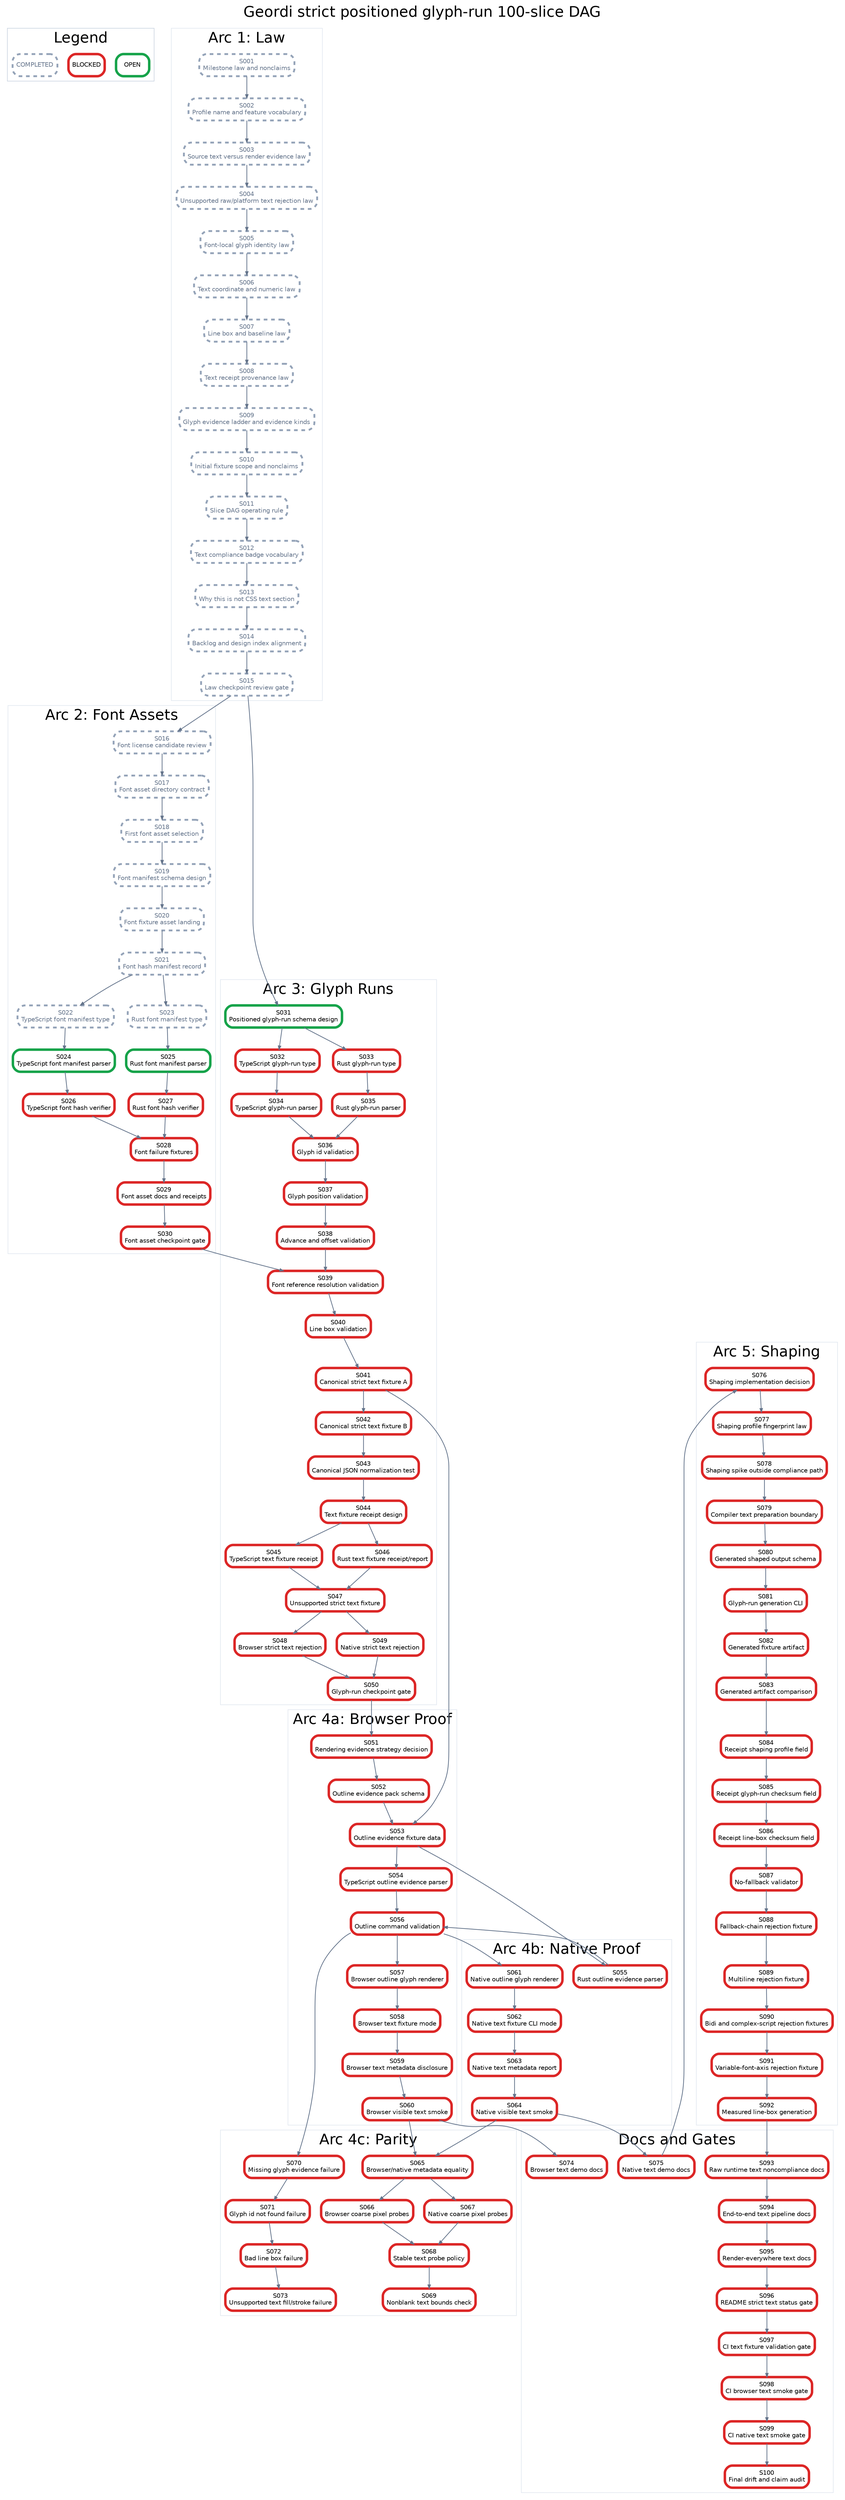
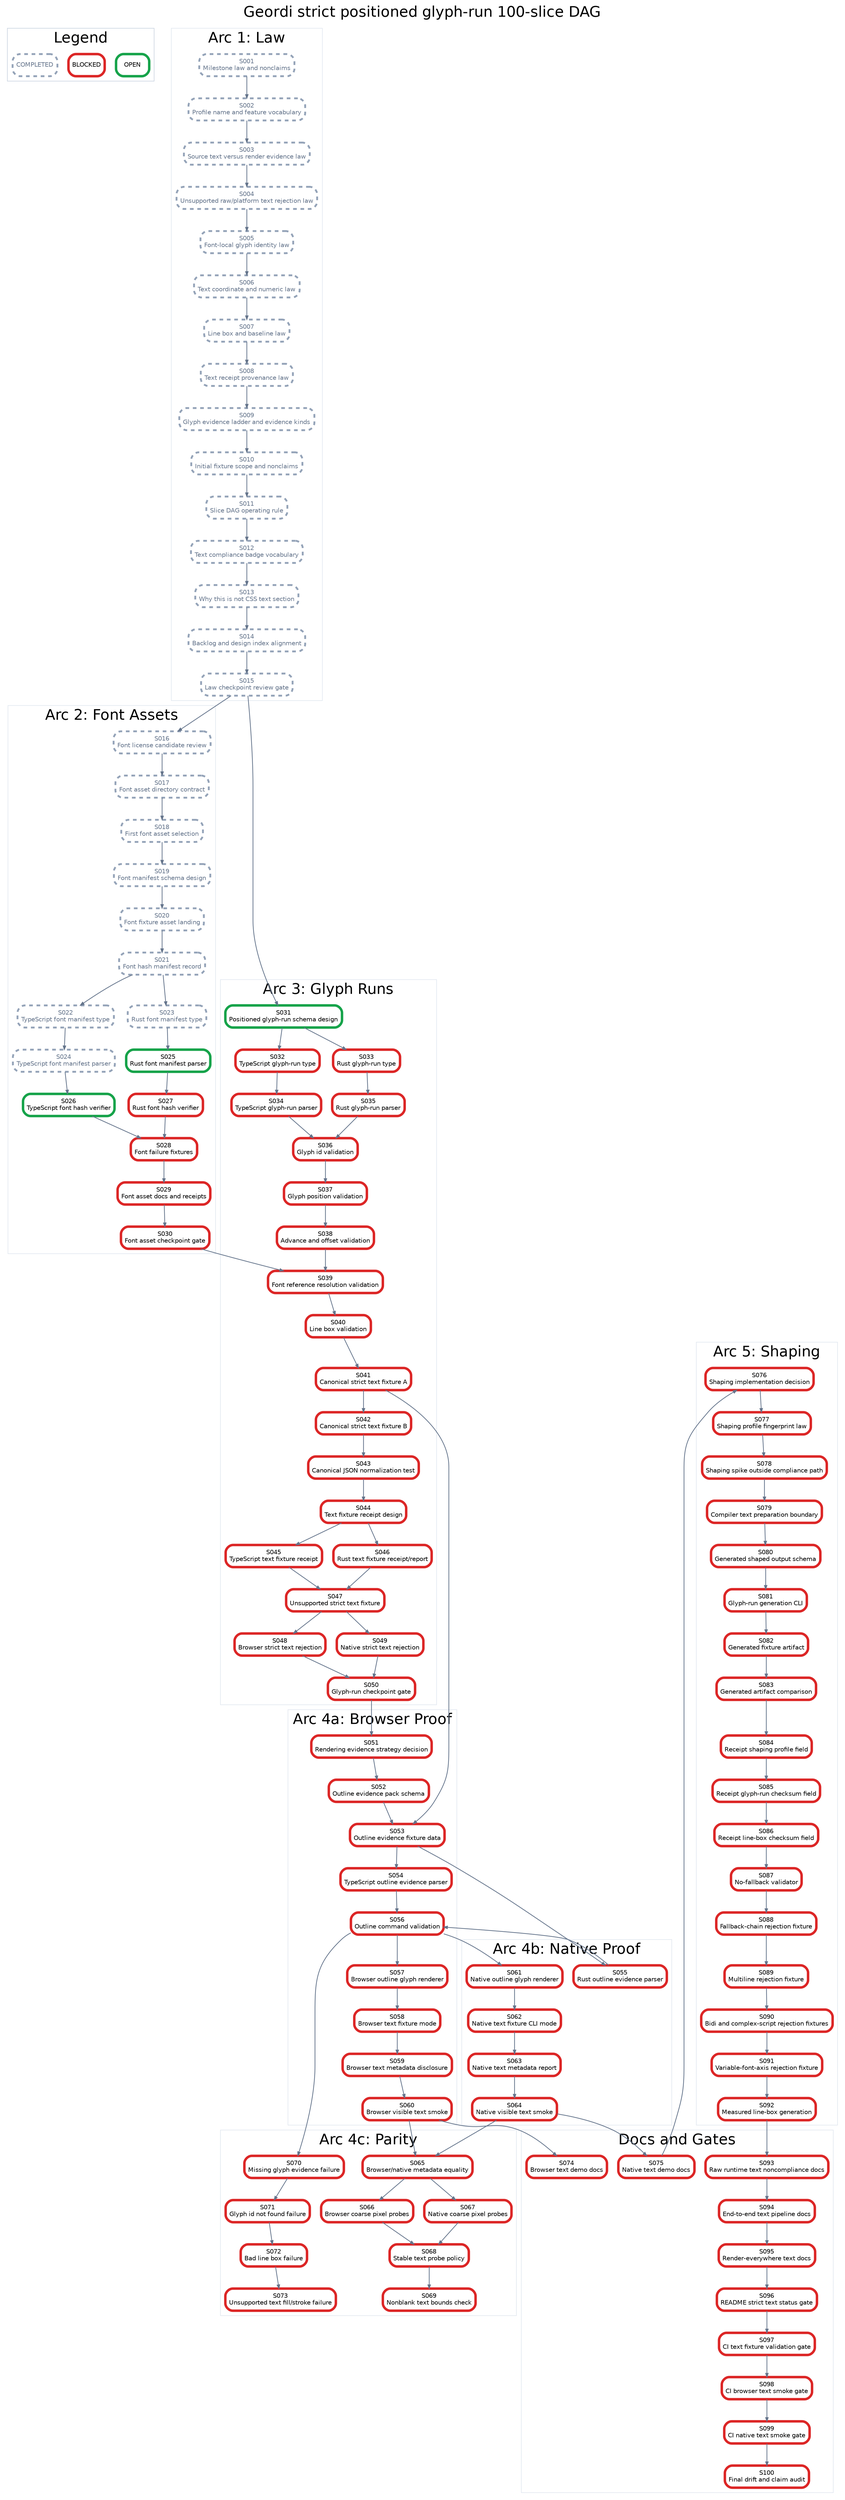
digraph StrictPositionedGlyphRunPlan {
  graph [rankdir=TB, bgcolor="white", fontname="Helvetica", label="Geordi strict positioned glyph-run 100-slice DAG", labelloc="t", fontsize=24];
  node [shape=box, style="rounded,filled", fillcolor="white", fontname="Helvetica", fontsize=10, margin="0.08,0.05"];
  edge [color="#64748b", arrowsize=0.6, penwidth=1.2];

  subgraph cluster_legend {
    label="Legend";
    color="#cbd5e1";
    legend_open [label="OPEN", color="#16a34a", penwidth=4];
    legend_blocked [label="BLOCKED", color="#dc2626", penwidth=4];
    legend_done [label="COMPLETED", color="#94a3b8", penwidth=3, style="rounded,filled,dashed", fontcolor="#64748b"];
  }

  subgraph cluster_law {
    label="Arc 1: Law";
    color="#e2e8f0";
    S001 [label="S001\nMilestone law and nonclaims", color="#94a3b8", penwidth=3, style="rounded,filled,dashed", fontcolor="#64748b"];
    S002 [label="S002\nProfile name and feature vocabulary", color="#94a3b8", penwidth=3, style="rounded,filled,dashed", fontcolor="#64748b"];
    S003 [label="S003\nSource text versus render evidence law", color="#94a3b8", penwidth=3, style="rounded,filled,dashed", fontcolor="#64748b"];
    S004 [label="S004\nUnsupported raw/platform text rejection law", color="#94a3b8", penwidth=3, style="rounded,filled,dashed", fontcolor="#64748b"];
    S005 [label="S005\nFont-local glyph identity law", color="#94a3b8", penwidth=3, style="rounded,filled,dashed", fontcolor="#64748b"];
    S006 [label="S006\nText coordinate and numeric law", color="#94a3b8", penwidth=3, style="rounded,filled,dashed", fontcolor="#64748b"];
    S007 [label="S007\nLine box and baseline law", color="#94a3b8", penwidth=3, style="rounded,filled,dashed", fontcolor="#64748b"];
    S008 [label="S008\nText receipt provenance law", color="#94a3b8", penwidth=3, style="rounded,filled,dashed", fontcolor="#64748b"];
    S009 [label="S009\nGlyph evidence ladder and evidence kinds", color="#94a3b8", penwidth=3, style="rounded,filled,dashed", fontcolor="#64748b"];
    S010 [label="S010\nInitial fixture scope and nonclaims", color="#94a3b8", penwidth=3, style="rounded,filled,dashed", fontcolor="#64748b"];
    S011 [label="S011\nSlice DAG operating rule", color="#94a3b8", penwidth=3, style="rounded,filled,dashed", fontcolor="#64748b"];
    S012 [label="S012\nText compliance badge vocabulary", color="#94a3b8", penwidth=3, style="rounded,filled,dashed", fontcolor="#64748b"];
    S013 [label="S013\nWhy this is not CSS text section", color="#94a3b8", penwidth=3, style="rounded,filled,dashed", fontcolor="#64748b"];
    S014 [label="S014\nBacklog and design index alignment", color="#94a3b8", penwidth=3, style="rounded,filled,dashed", fontcolor="#64748b"];
    S015 [label="S015\nLaw checkpoint review gate", color="#94a3b8", penwidth=3, style="rounded,filled,dashed", fontcolor="#64748b"];
  }

  subgraph cluster_assets {
    label="Arc 2: Font Assets";
    color="#e2e8f0";
    S016 [label="S016\nFont license candidate review", color="#94a3b8", penwidth=3, style="rounded,filled,dashed", fontcolor="#64748b"];
    S017 [label="S017\nFont asset directory contract", color="#94a3b8", penwidth=3, style="rounded,filled,dashed", fontcolor="#64748b"];
    S018 [label="S018\nFirst font asset selection", color="#94a3b8", penwidth=3, style="rounded,filled,dashed", fontcolor="#64748b"];
    S019 [label="S019\nFont manifest schema design", color="#94a3b8", penwidth=3, style="rounded,filled,dashed", fontcolor="#64748b"];
    S020 [label="S020\nFont fixture asset landing", color="#94a3b8", penwidth=3, style="rounded,filled,dashed", fontcolor="#64748b"];
    S021 [label="S021\nFont hash manifest record", color="#94a3b8", penwidth=3, style="rounded,filled,dashed", fontcolor="#64748b"];
    S022 [label="S022\nTypeScript font manifest type", color="#94a3b8", penwidth=3, style="rounded,filled,dashed", fontcolor="#64748b"];
    S023 [label="S023\nRust font manifest type", color="#94a3b8", penwidth=3, style="rounded,filled,dashed", fontcolor="#64748b"];
-     S024 [label="S024\nTypeScript font manifest parser", color="#16a34a", penwidth=4];
+     S024 [label="S024\nTypeScript font manifest parser", color="#94a3b8", penwidth=3, style="rounded,filled,dashed", fontcolor="#64748b"];
    S025 [label="S025\nRust font manifest parser", color="#16a34a", penwidth=4];
-     S026 [label="S026\nTypeScript font hash verifier", color="#dc2626", penwidth=4];
+     S026 [label="S026\nTypeScript font hash verifier", color="#16a34a", penwidth=4];
    S027 [label="S027\nRust font hash verifier", color="#dc2626", penwidth=4];
    S028 [label="S028\nFont failure fixtures", color="#dc2626", penwidth=4];
    S029 [label="S029\nFont asset docs and receipts", color="#dc2626", penwidth=4];
    S030 [label="S030\nFont asset checkpoint gate", color="#dc2626", penwidth=4];
  }

  subgraph cluster_glyph {
    label="Arc 3: Glyph Runs";
    color="#e2e8f0";
    S031 [label="S031\nPositioned glyph-run schema design", color="#16a34a", penwidth=4];
    S032 [label="S032\nTypeScript glyph-run type", color="#dc2626", penwidth=4];
    S033 [label="S033\nRust glyph-run type", color="#dc2626", penwidth=4];
    S034 [label="S034\nTypeScript glyph-run parser", color="#dc2626", penwidth=4];
    S035 [label="S035\nRust glyph-run parser", color="#dc2626", penwidth=4];
    S036 [label="S036\nGlyph id validation", color="#dc2626", penwidth=4];
    S037 [label="S037\nGlyph position validation", color="#dc2626", penwidth=4];
    S038 [label="S038\nAdvance and offset validation", color="#dc2626", penwidth=4];
    S039 [label="S039\nFont reference resolution validation", color="#dc2626", penwidth=4];
    S040 [label="S040\nLine box validation", color="#dc2626", penwidth=4];
    S041 [label="S041\nCanonical strict text fixture A", color="#dc2626", penwidth=4];
    S042 [label="S042\nCanonical strict text fixture B", color="#dc2626", penwidth=4];
    S043 [label="S043\nCanonical JSON normalization test", color="#dc2626", penwidth=4];
    S044 [label="S044\nText fixture receipt design", color="#dc2626", penwidth=4];
    S045 [label="S045\nTypeScript text fixture receipt", color="#dc2626", penwidth=4];
    S046 [label="S046\nRust text fixture receipt/report", color="#dc2626", penwidth=4];
    S047 [label="S047\nUnsupported strict text fixture", color="#dc2626", penwidth=4];
    S048 [label="S048\nBrowser strict text rejection", color="#dc2626", penwidth=4];
    S049 [label="S049\nNative strict text rejection", color="#dc2626", penwidth=4];
    S050 [label="S050\nGlyph-run checkpoint gate", color="#dc2626", penwidth=4];
  }

  subgraph cluster_browser {
    label="Arc 4a: Browser Proof";
    color="#e2e8f0";
    S051 [label="S051\nRendering evidence strategy decision", color="#dc2626", penwidth=4];
    S052 [label="S052\nOutline evidence pack schema", color="#dc2626", penwidth=4];
    S053 [label="S053\nOutline evidence fixture data", color="#dc2626", penwidth=4];
    S054 [label="S054\nTypeScript outline evidence parser", color="#dc2626", penwidth=4];
    S056 [label="S056\nOutline command validation", color="#dc2626", penwidth=4];
    S057 [label="S057\nBrowser outline glyph renderer", color="#dc2626", penwidth=4];
    S058 [label="S058\nBrowser text fixture mode", color="#dc2626", penwidth=4];
    S059 [label="S059\nBrowser text metadata disclosure", color="#dc2626", penwidth=4];
    S060 [label="S060\nBrowser visible text smoke", color="#dc2626", penwidth=4];
  }

  subgraph cluster_native {
    label="Arc 4b: Native Proof";
    color="#e2e8f0";
    S055 [label="S055\nRust outline evidence parser", color="#dc2626", penwidth=4];
    S061 [label="S061\nNative outline glyph renderer", color="#dc2626", penwidth=4];
    S062 [label="S062\nNative text fixture CLI mode", color="#dc2626", penwidth=4];
    S063 [label="S063\nNative text metadata report", color="#dc2626", penwidth=4];
    S064 [label="S064\nNative visible text smoke", color="#dc2626", penwidth=4];
  }

  subgraph cluster_parity {
    label="Arc 4c: Parity";
    color="#e2e8f0";
    S065 [label="S065\nBrowser/native metadata equality", color="#dc2626", penwidth=4];
    S066 [label="S066\nBrowser coarse pixel probes", color="#dc2626", penwidth=4];
    S067 [label="S067\nNative coarse pixel probes", color="#dc2626", penwidth=4];
    S068 [label="S068\nStable text probe policy", color="#dc2626", penwidth=4];
    S069 [label="S069\nNonblank text bounds check", color="#dc2626", penwidth=4];
    S070 [label="S070\nMissing glyph evidence failure", color="#dc2626", penwidth=4];
    S071 [label="S071\nGlyph id not found failure", color="#dc2626", penwidth=4];
    S072 [label="S072\nBad line box failure", color="#dc2626", penwidth=4];
    S073 [label="S073\nUnsupported text fill/stroke failure", color="#dc2626", penwidth=4];
  }

  subgraph cluster_shaping {
    label="Arc 5: Shaping";
    color="#e2e8f0";
    S076 [label="S076\nShaping implementation decision", color="#dc2626", penwidth=4];
    S077 [label="S077\nShaping profile fingerprint law", color="#dc2626", penwidth=4];
    S078 [label="S078\nShaping spike outside compliance path", color="#dc2626", penwidth=4];
    S079 [label="S079\nCompiler text preparation boundary", color="#dc2626", penwidth=4];
    S080 [label="S080\nGenerated shaped output schema", color="#dc2626", penwidth=4];
    S081 [label="S081\nGlyph-run generation CLI", color="#dc2626", penwidth=4];
    S082 [label="S082\nGenerated fixture artifact", color="#dc2626", penwidth=4];
    S083 [label="S083\nGenerated artifact comparison", color="#dc2626", penwidth=4];
    S084 [label="S084\nReceipt shaping profile field", color="#dc2626", penwidth=4];
    S085 [label="S085\nReceipt glyph-run checksum field", color="#dc2626", penwidth=4];
    S086 [label="S086\nReceipt line-box checksum field", color="#dc2626", penwidth=4];
    S087 [label="S087\nNo-fallback validator", color="#dc2626", penwidth=4];
    S088 [label="S088\nFallback-chain rejection fixture", color="#dc2626", penwidth=4];
    S089 [label="S089\nMultiline rejection fixture", color="#dc2626", penwidth=4];
    S090 [label="S090\nBidi and complex-script rejection fixtures", color="#dc2626", penwidth=4];
    S091 [label="S091\nVariable-font-axis rejection fixture", color="#dc2626", penwidth=4];
    S092 [label="S092\nMeasured line-box generation", color="#dc2626", penwidth=4];
  }

  subgraph cluster_docs {
    label="Docs and Gates";
    color="#e2e8f0";
    S074 [label="S074\nBrowser text demo docs", color="#dc2626", penwidth=4];
    S075 [label="S075\nNative text demo docs", color="#dc2626", penwidth=4];
    S093 [label="S093\nRaw runtime text noncompliance docs", color="#dc2626", penwidth=4];
    S094 [label="S094\nEnd-to-end text pipeline docs", color="#dc2626", penwidth=4];
    S095 [label="S095\nRender-everywhere text docs", color="#dc2626", penwidth=4];
    S096 [label="S096\nREADME strict text status gate", color="#dc2626", penwidth=4];
    S097 [label="S097\nCI text fixture validation gate", color="#dc2626", penwidth=4];
    S098 [label="S098\nCI browser text smoke gate", color="#dc2626", penwidth=4];
    S099 [label="S099\nCI native text smoke gate", color="#dc2626", penwidth=4];
    S100 [label="S100\nFinal drift and claim audit", color="#dc2626", penwidth=4];
  }

  S001 -> S002;
  S002 -> S003;
  S003 -> S004;
  S004 -> S005;
  S005 -> S006;
  S006 -> S007;
  S007 -> S008;
  S008 -> S009;
  S009 -> S010;
  S010 -> S011;
  S011 -> S012;
  S012 -> S013;
  S013 -> S014;
  S014 -> S015;
  S015 -> S016;
  S016 -> S017;
  S017 -> S018;
  S018 -> S019;
  S019 -> S020;
  S020 -> S021;
  S021 -> S022;
  S021 -> S023;
  S022 -> S024;
  S023 -> S025;
  S024 -> S026;
  S025 -> S027;
  S026 -> S028;
  S027 -> S028;
  S028 -> S029;
  S029 -> S030;
  S015 -> S031;
  S031 -> S032;
  S031 -> S033;
  S032 -> S034;
  S033 -> S035;
  S034 -> S036;
  S035 -> S036;
  S036 -> S037;
  S037 -> S038;
  S038 -> S039;
  S039 -> S040;
  S030 -> S039;
  S040 -> S041;
  S041 -> S042;
  S042 -> S043;
  S043 -> S044;
  S044 -> S045;
  S044 -> S046;
  S045 -> S047;
  S046 -> S047;
  S047 -> S048;
  S047 -> S049;
  S048 -> S050;
  S049 -> S050;
  S050 -> S051;
  S051 -> S052;
  S052 -> S053;
  S041 -> S053;
  S053 -> S054;
  S053 -> S055;
  S054 -> S056;
  S055 -> S056;
  S056 -> S057;
  S057 -> S058;
  S058 -> S059;
  S059 -> S060;
  S056 -> S061;
  S061 -> S062;
  S062 -> S063;
  S063 -> S064;
  S060 -> S065;
  S064 -> S065;
  S065 -> S066;
  S065 -> S067;
  S066 -> S068;
  S067 -> S068;
  S068 -> S069;
  S056 -> S070;
  S070 -> S071;
  S071 -> S072;
  S072 -> S073;
  S060 -> S074;
  S064 -> S075;
  S075 -> S076;
  S076 -> S077;
  S077 -> S078;
  S078 -> S079;
  S079 -> S080;
  S080 -> S081;
  S081 -> S082;
  S082 -> S083;
  S083 -> S084;
  S084 -> S085;
  S085 -> S086;
  S086 -> S087;
  S087 -> S088;
  S088 -> S089;
  S089 -> S090;
  S090 -> S091;
  S091 -> S092;
  S092 -> S093;
  S093 -> S094;
  S094 -> S095;
  S095 -> S096;
  S096 -> S097;
  S097 -> S098;
  S098 -> S099;
  S099 -> S100;
}
